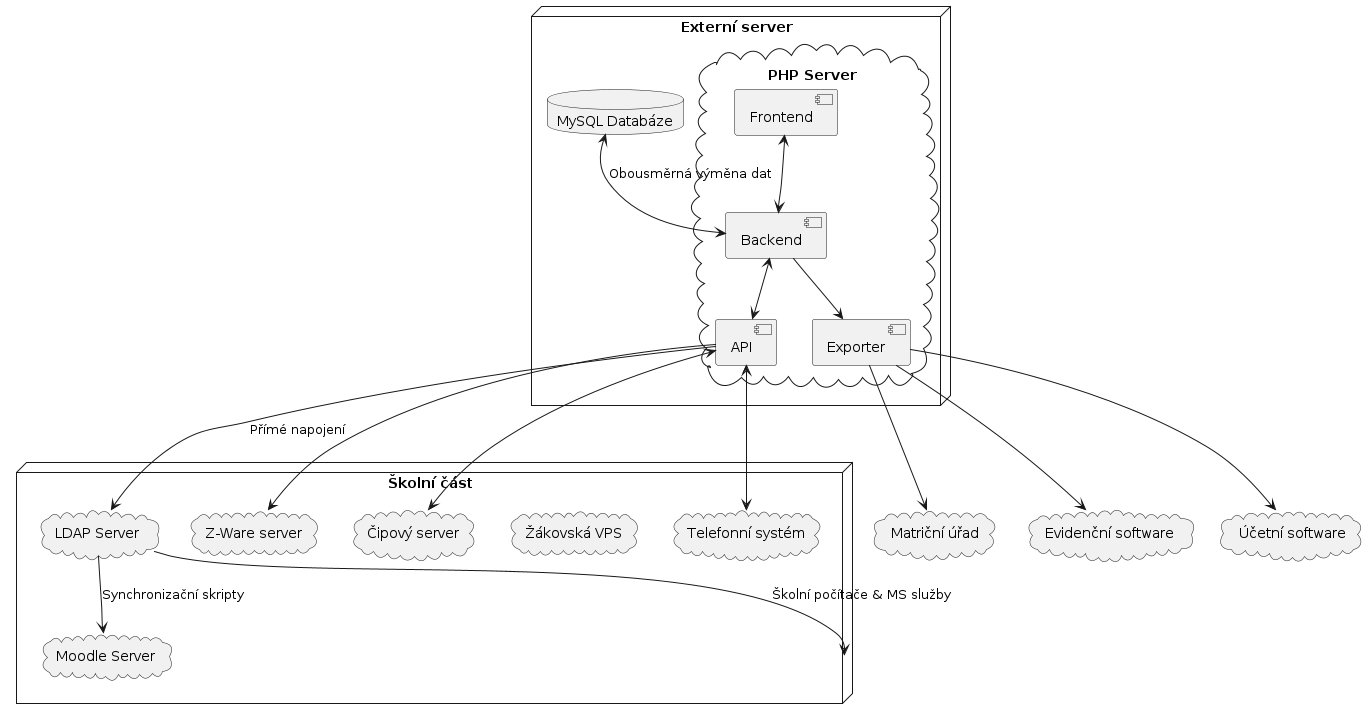
Earlier version of the PlantUML export img/architektura-puvodni.png (DanielADK/tul-prj).
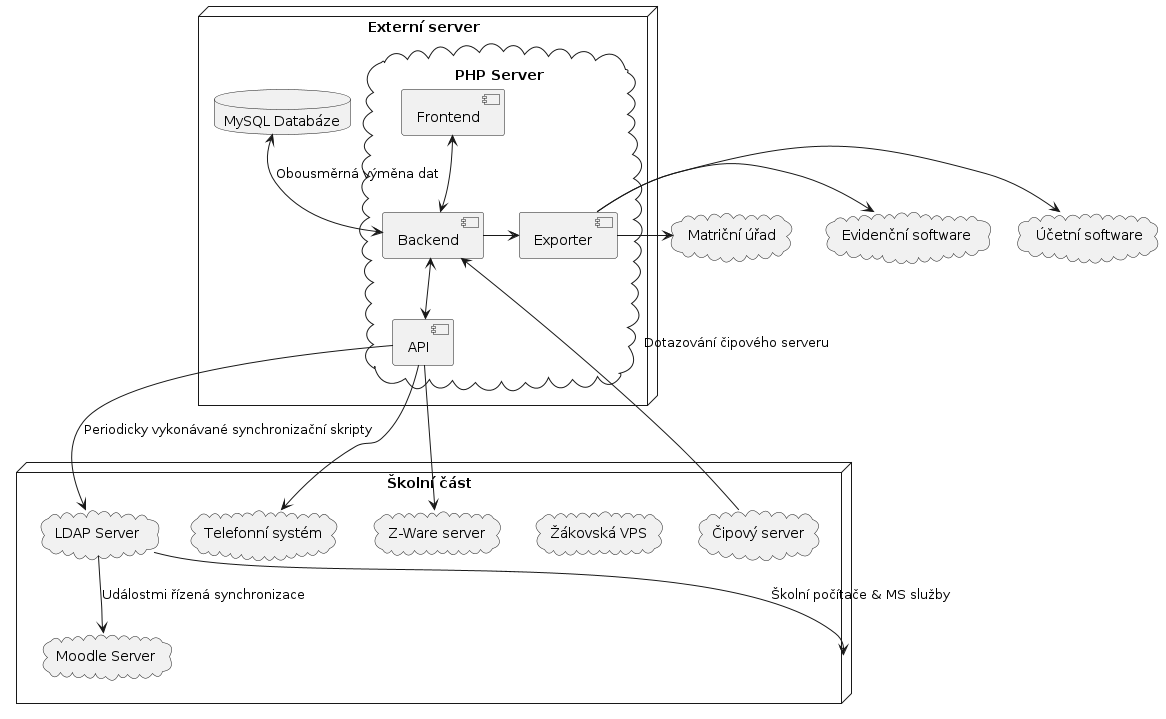
Above is the later version.

Change to the diagram source:
```diff
@@ -21,15 +21,15 @@
 cloud "Účetní software" as Ucto
 MySQL <--> [Backend] : Obousměrná výměna dat
 [Backend] <--> [API]
-[Backend] --> [Exporter]
+[Backend] -right-> [Exporter]
+[Backend] <-- Cipy : Dotazování čipového serveru
 [Frontend] <--> [Backend]
-Telefony <--> API
-[LDAP] --> Moodle : Synchronizační skripty
-[API] --> LDAP : Přímé napojení
+[LDAP] --> Moodle : Událostmi řízená synchronizace
+[API] --> Telefony
+[API] --> LDAP : Periodicky vykonávané synchronizační skripty
 [API] --> ZWare
 LDAP --> [Školní část] : Školní počítače & MS služby
-[Exporter] --> Matrika
-[Exporter] --> Evidence
-[Exporter] --> Ucto
-[API] <--> Cipy
+[Exporter] -right-> Matrika
+[Exporter] -right-> Evidence
+[Exporter] -right-> Ucto
 @enduml
```
